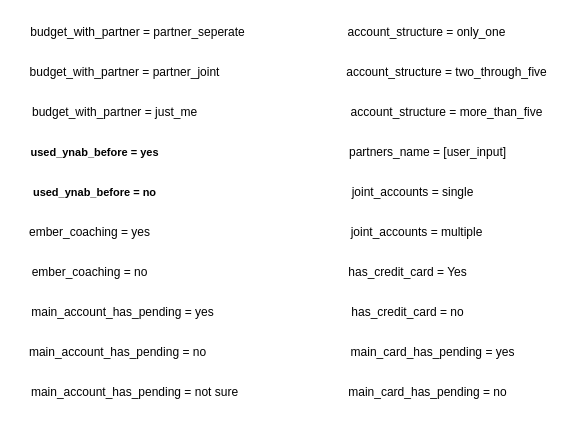
Before: page "LEGEND - User Codes" (9 of 10) of packages/desktop-client/public/avatars/aitzanegron.drawio.xml in zachwhelchel/actual, a draw.io diagram. Source tidied: cells renumbered, new cells numbered last; positions are measured from the earlier drawing's top-left corner, leaving out a move shared by most shapes. Both pictures are drawn from the tidied source at 100%, with x=0, y=0 at pixel (17, 17).
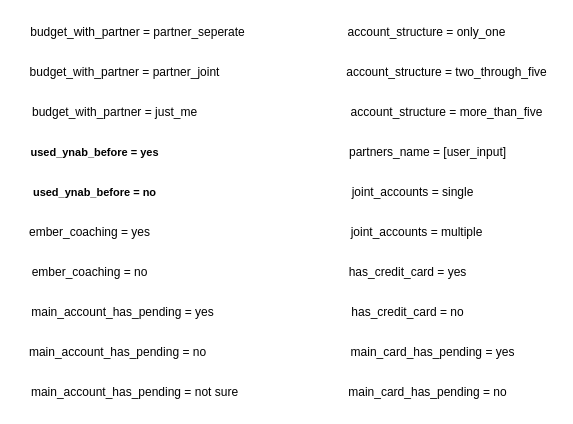
The same diagram, later.

What changed in the source:
```diff
@@
-    <mxCell id="18" value="has_credit_card = Yes" style="text;html=1;align=center;verticalAlign=middle;strokeColor=none;fillColor=none;" parent="1" vertex="1">
+    <mxCell id="18" value="has_credit_card = yes" style="text;html=1;align=center;verticalAlign=middle;strokeColor=none;fillColor=none;" parent="1" vertex="1">
       <mxGeometry x="320" y="240" width="140" height="30" as="geometry" />
     </mxCell>
```
